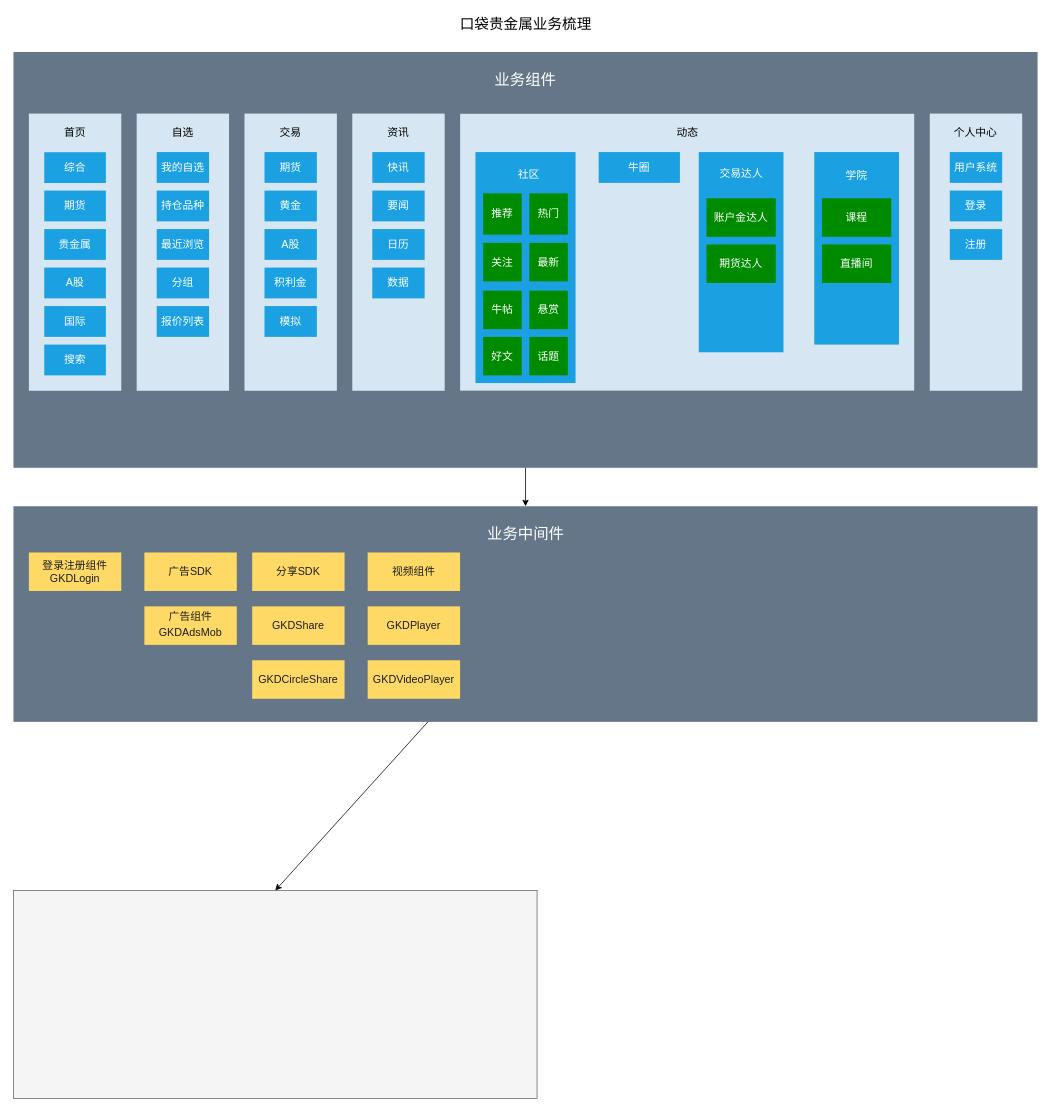
Before: 口袋贵金属业务梳理.drawio in CY-0227/YC_Binary_Config, a draw.io diagram. Source tidied: cells renumbered, new cells numbered last; positions are measured from the earlier drawing's top-left corner, leaving out a move shared by most shapes. Both pictures are drawn from the tidied source at 77%, with x=0, y=0 at pixel (13, 13).
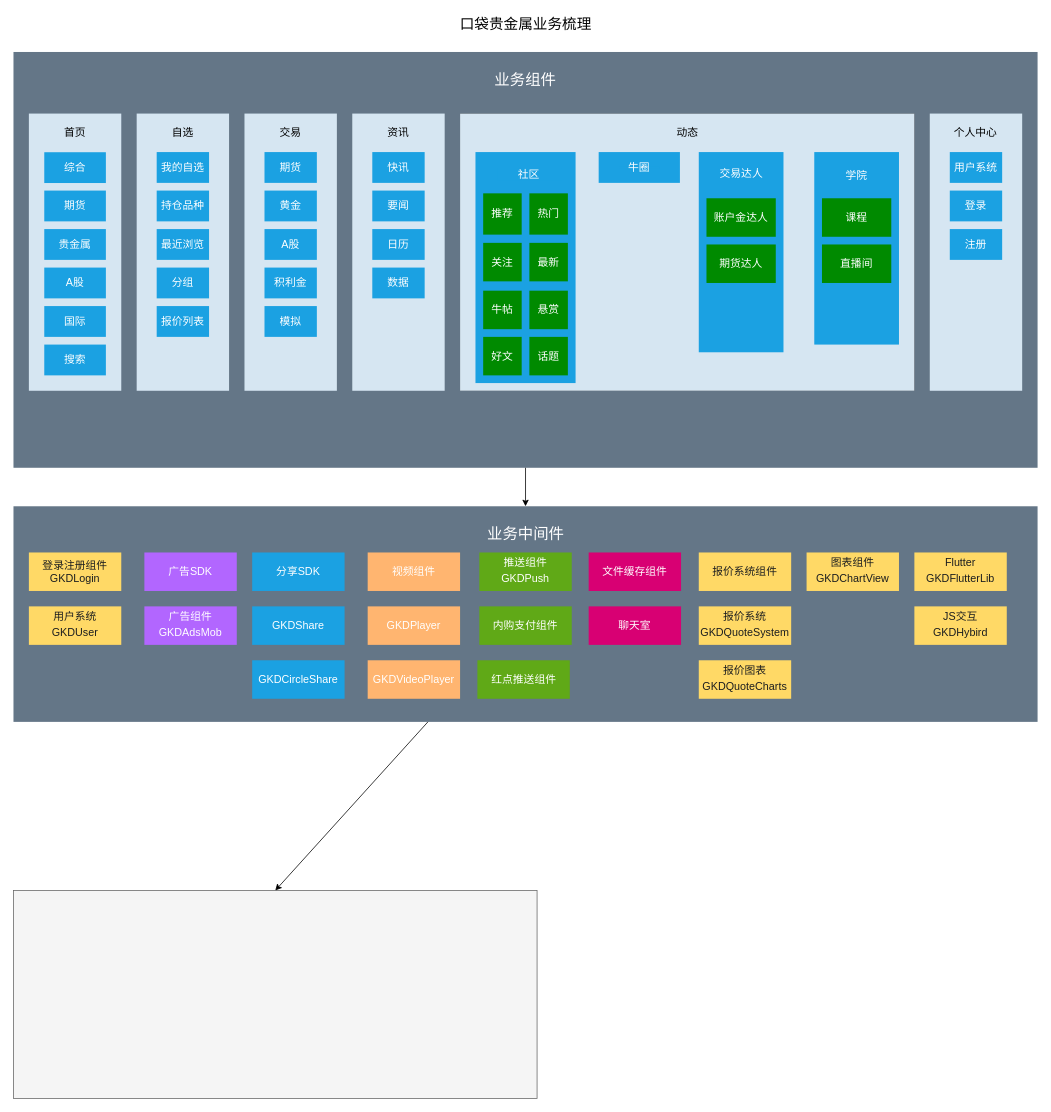
Above is the later version.

Commit message (it also covers changes not shown here):
更新口袋贵金属业务梳理.drawio

Change to the diagram source:
```diff
@@
-    <mxCell id="76" value="广告SDK" style="text;html=1;strokeColor=none;fillColor=#FFD966;align=center;verticalAlign=middle;whiteSpace=wrap;rounded=0;glass=0;labelBackgroundColor=none;fontSize=14;fontColor=#1B1D1F;" parent="1" vertex="1">
+    <mxCell id="76" value="&lt;font color=&quot;#ffffff&quot;&gt;广告SDK&lt;/font&gt;" style="text;html=1;strokeColor=none;fillColor=#B266FF;align=center;verticalAlign=middle;whiteSpace=wrap;rounded=0;glass=0;labelBackgroundColor=none;fontSize=14;fontColor=#1B1D1F;" parent="1" vertex="1">
       <mxGeometry x="170" y="700" width="120" height="50" as="geometry" />
     </mxCell>
-    <mxCell id="77" value="广告组件&lt;br&gt;&lt;div style=&quot;text-align: left ; line-height: 1.75&quot;&gt;GKDAdsMob&lt;/div&gt;" style="text;html=1;strokeColor=none;fillColor=#FFD966;align=center;verticalAlign=middle;whiteSpace=wrap;rounded=0;glass=0;labelBackgroundColor=none;fontSize=14;fontColor=#1B1D1F;" parent="1" vertex="1">
+    <mxCell id="77" value="&lt;font color=&quot;#ffffff&quot;&gt;广告组件&lt;br&gt;&lt;/font&gt;&lt;div style=&quot;text-align: left ; line-height: 1.75&quot;&gt;&lt;font color=&quot;#ffffff&quot;&gt;GKDAdsMob&lt;/font&gt;&lt;/div&gt;" style="text;html=1;strokeColor=none;fillColor=#B266FF;align=center;verticalAlign=middle;whiteSpace=wrap;rounded=0;glass=0;labelBackgroundColor=none;fontSize=14;fontColor=#1B1D1F;" parent="1" vertex="1">
       <mxGeometry x="170" y="770" width="120" height="50" as="geometry" />
     </mxCell>
-    <mxCell id="78" value="分享SDK" style="text;html=1;strokeColor=none;fillColor=#FFD966;align=center;verticalAlign=middle;whiteSpace=wrap;rounded=0;glass=0;labelBackgroundColor=none;fontSize=14;fontColor=#1B1D1F;" parent="1" vertex="1">
+    <mxCell id="78" value="分享SDK" style="text;html=1;strokeColor=none;fillColor=#1ba1e2;align=center;verticalAlign=middle;whiteSpace=wrap;rounded=0;glass=0;labelBackgroundColor=none;fontSize=14;fontColor=#ffffff;" parent="1" vertex="1">
       <mxGeometry x="310" y="700" width="120" height="50" as="geometry" />
     </mxCell>
-    <mxCell id="79" value="&lt;div style=&quot;line-height: 1.75&quot;&gt;GKDShare&lt;/div&gt;" style="text;html=1;strokeColor=none;fillColor=#FFD966;align=center;verticalAlign=middle;whiteSpace=wrap;rounded=0;glass=0;labelBackgroundColor=none;fontSize=14;fontColor=#1B1D1F;" parent="1" vertex="1">
+    <mxCell id="79" value="&lt;div style=&quot;line-height: 1.75&quot;&gt;GKDShare&lt;/div&gt;" style="text;html=1;strokeColor=none;fillColor=#1ba1e2;align=center;verticalAlign=middle;whiteSpace=wrap;rounded=0;glass=0;labelBackgroundColor=none;fontSize=14;fontColor=#ffffff;" parent="1" vertex="1">
       <mxGeometry x="310" y="770" width="120" height="50" as="geometry" />
     </mxCell>
-    <mxCell id="80" value="视频组件" style="text;html=1;strokeColor=none;fillColor=#FFD966;align=center;verticalAlign=middle;whiteSpace=wrap;rounded=0;glass=0;labelBackgroundColor=none;fontSize=14;fontColor=#1B1D1F;" parent="1" vertex="1">
+    <mxCell id="80" value="&lt;font color=&quot;#ffffff&quot;&gt;视频组件&lt;/font&gt;" style="text;html=1;strokeColor=none;fillColor=#FFB570;align=center;verticalAlign=middle;whiteSpace=wrap;rounded=0;glass=0;labelBackgroundColor=none;fontSize=14;fontColor=#1B1D1F;" parent="1" vertex="1">
       <mxGeometry x="460" y="700" width="120" height="50" as="geometry" />
     </mxCell>
-    <mxCell id="81" value="&lt;div style=&quot;text-align: left ; line-height: 1.75&quot;&gt;GKDPlayer&lt;/div&gt;" style="text;html=1;strokeColor=none;fillColor=#FFD966;align=center;verticalAlign=middle;whiteSpace=wrap;rounded=0;glass=0;labelBackgroundColor=none;fontSize=14;fontColor=#1B1D1F;" parent="1" vertex="1">
+    <mxCell id="81" value="&lt;div style=&quot;text-align: left ; line-height: 1.75&quot;&gt;&lt;font color=&quot;#ffffff&quot;&gt;GKDPlayer&lt;/font&gt;&lt;/div&gt;" style="text;html=1;strokeColor=none;fillColor=#FFB570;align=center;verticalAlign=middle;whiteSpace=wrap;rounded=0;glass=0;labelBackgroundColor=none;fontSize=14;fontColor=#1B1D1F;" parent="1" vertex="1">
       <mxGeometry x="460" y="770" width="120" height="50" as="geometry" />
     </mxCell>
-    <mxCell id="82" value="&lt;div style=&quot;text-align: left ; line-height: 1.75&quot;&gt;&lt;div style=&quot;line-height: 1.75&quot;&gt;GKDVideoPlayer&lt;/div&gt;&lt;/div&gt;" style="text;html=1;strokeColor=none;fillColor=#FFD966;align=center;verticalAlign=middle;whiteSpace=wrap;rounded=0;glass=0;labelBackgroundColor=none;fontSize=14;fontColor=#1B1D1F;" parent="1" vertex="1">
+    <mxCell id="82" value="&lt;div style=&quot;text-align: left ; line-height: 1.75&quot;&gt;&lt;div style=&quot;line-height: 1.75&quot;&gt;&lt;font color=&quot;#ffffff&quot;&gt;GKDVideoPlayer&lt;/font&gt;&lt;/div&gt;&lt;/div&gt;" style="text;html=1;strokeColor=none;fillColor=#FFB570;align=center;verticalAlign=middle;whiteSpace=wrap;rounded=0;glass=0;labelBackgroundColor=none;fontSize=14;fontColor=#1B1D1F;" parent="1" vertex="1">
       <mxGeometry x="460" y="840" width="120" height="50" as="geometry" />
     </mxCell>
-    <mxCell id="83" value="&lt;div style=&quot;line-height: 1.75&quot;&gt;&lt;span&gt;GKDCircleShare&lt;/span&gt;&lt;br&gt;&lt;/div&gt;" style="text;html=1;strokeColor=none;fillColor=#FFD966;align=center;verticalAlign=middle;whiteSpace=wrap;rounded=0;glass=0;labelBackgroundColor=none;fontSize=14;fontColor=#1B1D1F;" parent="1" vertex="1">
+    <mxCell id="83" value="&lt;div style=&quot;line-height: 1.75&quot;&gt;&lt;span&gt;GKDCircleShare&lt;/span&gt;&lt;br&gt;&lt;/div&gt;" style="text;html=1;strokeColor=none;fillColor=#1ba1e2;align=center;verticalAlign=middle;whiteSpace=wrap;rounded=0;glass=0;labelBackgroundColor=none;fontSize=14;fontColor=#ffffff;" parent="1" vertex="1">
       <mxGeometry x="310" y="840" width="120" height="50" as="geometry" />
     </mxCell>
+    <mxCell id="84" value="推送组件&lt;br&gt;&lt;div style=&quot;line-height: 1.75&quot;&gt;GKDPush&lt;/div&gt;" style="text;html=1;strokeColor=none;fillColor=#60a917;align=center;verticalAlign=middle;whiteSpace=wrap;rounded=0;glass=0;labelBackgroundColor=none;fontSize=14;fontColor=#ffffff;" parent="1" vertex="1">
+      <mxGeometry x="605" y="700" width="120" height="50" as="geometry" />
+    </mxCell>
+    <mxCell id="85" value="内购支付组件" style="text;html=1;strokeColor=none;fillColor=#60a917;align=center;verticalAlign=middle;whiteSpace=wrap;rounded=0;glass=0;labelBackgroundColor=none;fontSize=14;fontColor=#ffffff;" parent="1" vertex="1">
+      <mxGeometry x="605" y="770" width="120" height="50" as="geometry" />
+    </mxCell>
+    <mxCell id="86" value="红点推送组件" style="text;html=1;strokeColor=none;fillColor=#60a917;align=center;verticalAlign=middle;whiteSpace=wrap;rounded=0;glass=0;labelBackgroundColor=none;fontSize=14;fontColor=#ffffff;" parent="1" vertex="1">
+      <mxGeometry x="602.5" y="840" width="120" height="50" as="geometry" />
+    </mxCell>
+    <mxCell id="87" value="报价系统组件" style="text;html=1;strokeColor=none;fillColor=#FFD966;align=center;verticalAlign=middle;whiteSpace=wrap;rounded=0;glass=0;labelBackgroundColor=none;fontSize=14;fontColor=#1B1D1F;" parent="1" vertex="1">
+      <mxGeometry x="890" y="700" width="120" height="50" as="geometry" />
+    </mxCell>
+    <mxCell id="88" value="图表组件&lt;br&gt;&lt;div style=&quot;text-align: left ; line-height: 1.75&quot;&gt;GKDChartView&lt;/div&gt;" style="text;html=1;strokeColor=none;fillColor=#FFD966;align=center;verticalAlign=middle;whiteSpace=wrap;rounded=0;glass=0;labelBackgroundColor=none;fontSize=14;fontColor=#1B1D1F;" parent="1" vertex="1">
+      <mxGeometry x="1030" y="700" width="120" height="50" as="geometry" />
+    </mxCell>
+    <mxCell id="89" value="报价系统&lt;br&gt;&lt;div style=&quot;text-align: left ; line-height: 1.75&quot;&gt;GKDQuoteSystem&lt;/div&gt;" style="text;html=1;strokeColor=none;fillColor=#FFD966;align=center;verticalAlign=middle;whiteSpace=wrap;rounded=0;glass=0;labelBackgroundColor=none;fontSize=14;fontColor=#1B1D1F;" parent="1" vertex="1">
+      <mxGeometry x="890" y="770" width="120" height="50" as="geometry" />
+    </mxCell>
+    <mxCell id="90" value="报价图表&lt;br&gt;&lt;div style=&quot;text-align: left ; line-height: 1.75&quot;&gt;&lt;div style=&quot;line-height: 1.75&quot;&gt;GKDQuoteCharts&lt;/div&gt;&lt;/div&gt;" style="text;html=1;strokeColor=none;fillColor=#FFD966;align=center;verticalAlign=middle;whiteSpace=wrap;rounded=0;glass=0;labelBackgroundColor=none;fontSize=14;fontColor=#1B1D1F;" parent="1" vertex="1">
+      <mxGeometry x="890" y="840" width="120" height="50" as="geometry" />
+    </mxCell>
+    <mxCell id="91" value="Flutter&lt;br&gt;&lt;div style=&quot;text-align: left ; line-height: 1.75&quot;&gt;&lt;div style=&quot;line-height: 1.75&quot;&gt;GKDFlutterLib&lt;/div&gt;&lt;/div&gt;" style="text;html=1;strokeColor=none;fillColor=#FFD966;align=center;verticalAlign=middle;whiteSpace=wrap;rounded=0;glass=0;labelBackgroundColor=none;fontSize=14;fontColor=#1B1D1F;" parent="1" vertex="1">
+      <mxGeometry x="1170" y="700" width="120" height="50" as="geometry" />
+    </mxCell>
+    <mxCell id="92" value="用户系统&lt;br&gt;&lt;div style=&quot;text-align: left ; line-height: 1.75&quot;&gt;&lt;span&gt;GKDUser&lt;/span&gt;&lt;/div&gt;" style="text;html=1;strokeColor=none;fillColor=#FFD966;align=center;verticalAlign=middle;whiteSpace=wrap;rounded=0;glass=0;labelBackgroundColor=none;fontSize=14;fontColor=#1B1D1F;" parent="1" vertex="1">
+      <mxGeometry x="20" y="770" width="120" height="50" as="geometry" />
+    </mxCell>
+    <mxCell id="93" value="JS交互&lt;br&gt;&lt;div style=&quot;text-align: left ; line-height: 1.75&quot;&gt;GKDHybird&lt;/div&gt;" style="text;html=1;strokeColor=none;fillColor=#FFD966;align=center;verticalAlign=middle;whiteSpace=wrap;rounded=0;glass=0;labelBackgroundColor=none;fontSize=14;fontColor=#1B1D1F;" parent="1" vertex="1">
+      <mxGeometry x="1170" y="770" width="120" height="50" as="geometry" />
+    </mxCell>
+    <mxCell id="94" value="文件缓存组件" style="text;html=1;strokeColor=none;fillColor=#d80073;align=center;verticalAlign=middle;whiteSpace=wrap;rounded=0;glass=0;labelBackgroundColor=none;fontSize=14;fontColor=#ffffff;" parent="1" vertex="1">
+      <mxGeometry x="747" y="700" width="120" height="50" as="geometry" />
+    </mxCell>
+    <mxCell id="95" value="聊天室" style="text;html=1;strokeColor=none;fillColor=#d80073;align=center;verticalAlign=middle;whiteSpace=wrap;rounded=0;glass=0;labelBackgroundColor=none;fontSize=14;fontColor=#ffffff;" parent="1" vertex="1">
+      <mxGeometry x="747" y="770" width="120" height="50" as="geometry" />
+    </mxCell>
```
